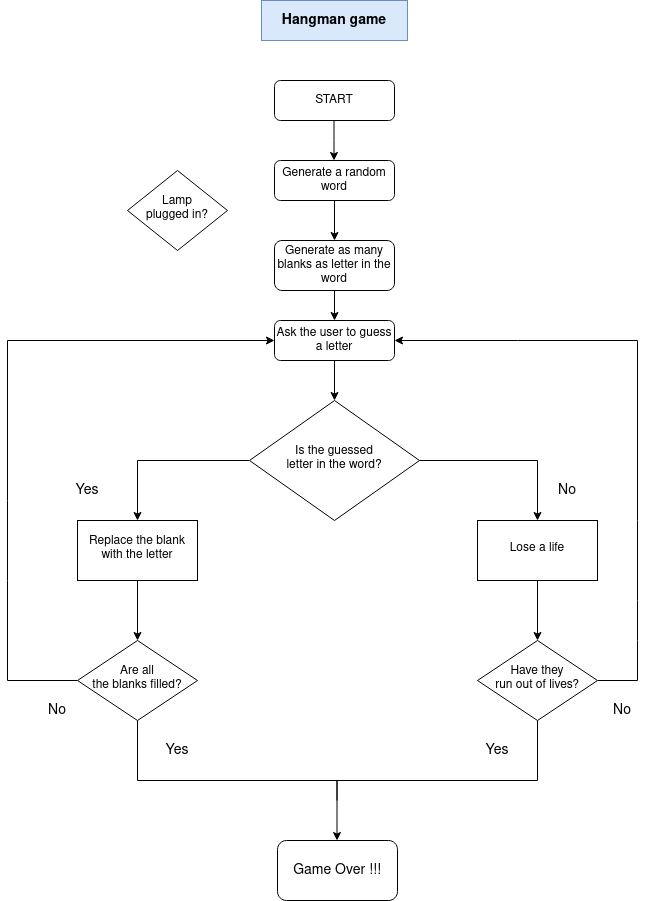
Yucatanwebpages/pythondiagrams keeps this draw.io diagram as hangman.png. Above is the earlier version. Source tidied: cells renumbered, new cells last; positions are measured from the earlier drawing's top-left corner, leaving out a move shared by most shapes.
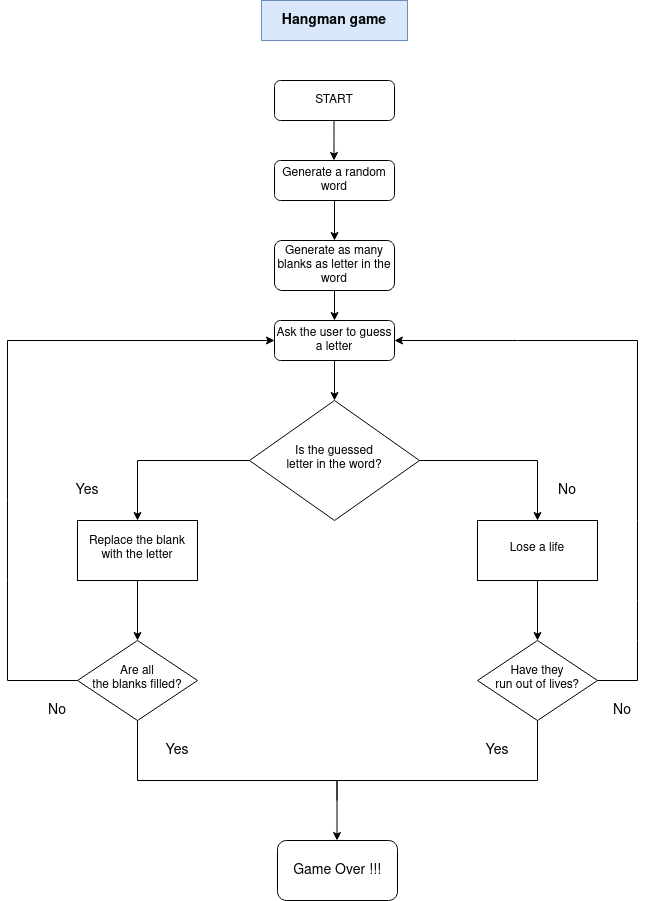
After the change.

What changed in the source:
```diff
@@ -8,9 +8,6 @@
     <mxCell id="3" value="START" style="rounded=1;whiteSpace=wrap;html=1;fontSize=12;glass=0;strokeWidth=1;shadow=0;" parent="1" vertex="1">
       <mxGeometry x="267" y="80" width="120" height="40" as="geometry" />
     </mxCell>
-    <mxCell id="4" value="Lamp&lt;br&gt;plugged in?" style="rhombus;whiteSpace=wrap;html=1;shadow=0;fontFamily=Helvetica;fontSize=12;align=center;strokeWidth=1;spacing=6;spacingTop=-4;" parent="1" vertex="1">
-      <mxGeometry x="120" y="170" width="100" height="80" as="geometry" />
-    </mxCell>
     <mxCell id="5" value="Generate a random word" style="rounded=1;whiteSpace=wrap;html=1;fontSize=12;glass=0;strokeWidth=1;shadow=0;" parent="1" vertex="1">
       <mxGeometry x="267" y="160" width="120" height="40" as="geometry" />
     </mxCell>
```
